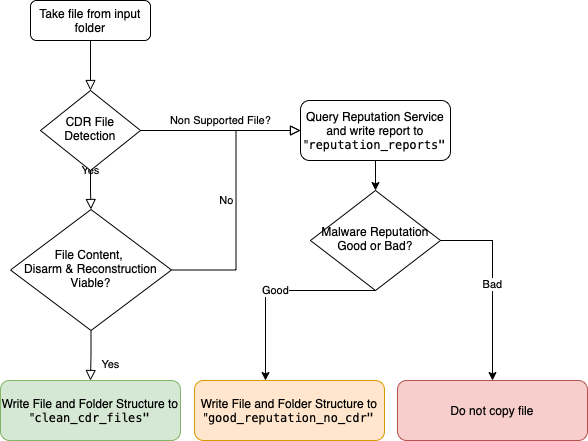
Earlier version of the draw.io export images/Flowchart.drawio.png (gw-engineering/community-gw-cdr-and-reputation-check). Source tidied: cells renumbered, new cells last; positions are measured from the earlier drawing's top-left corner, leaving out a move shared by most shapes.
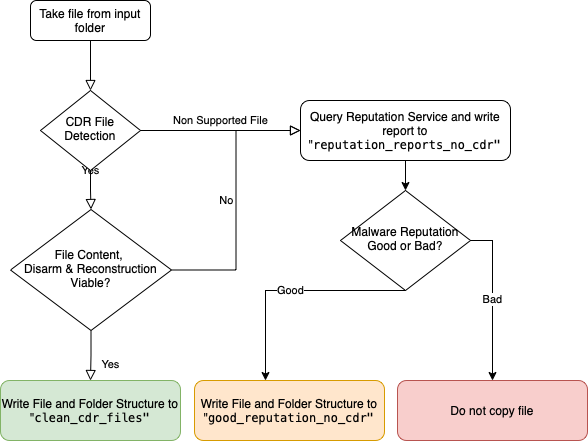
Later version of the same file.

Diff of the diagram source:
```diff
@@ -11,7 +11,7 @@
     <mxCell id="4" value="Yes" style="rounded=0;html=1;jettySize=auto;fontSize=11;endArrow=block;endFill=0;endSize=8;strokeWidth=1;shadow=0;labelBackgroundColor=none;edgeStyle=orthogonalEdgeStyle;" parent="1" edge="1" source="6" target="9">
       <mxGeometry y="20" relative="1" as="geometry" />
     </mxCell>
-    <mxCell id="5" value="Non Supported File?" style="edgeStyle=orthogonalEdgeStyle;rounded=0;html=1;jettySize=auto;fontSize=11;endArrow=block;endFill=0;endSize=8;strokeWidth=1;shadow=0;labelBackgroundColor=none;entryX=0;entryY=0.5;entryDx=0;entryDy=0;" parent="1" edge="1" source="6" target="13">
+    <mxCell id="5" value="Non Supported File" style="edgeStyle=orthogonalEdgeStyle;rounded=0;html=1;jettySize=auto;fontSize=11;endArrow=block;endFill=0;endSize=8;strokeWidth=1;shadow=0;labelBackgroundColor=none;entryX=0;entryY=0.5;entryDx=0;entryDy=0;" parent="1" edge="1" source="6" target="13">
       <mxGeometry y="10" relative="1" as="geometry" />
     </mxCell>
     <mxCell id="6" value="CDR File Detection" style="rhombus;whiteSpace=wrap;html=1;shadow=0;fontFamily=Helvetica;fontSize=12;align=center;strokeWidth=1;spacing=6;spacingTop=-4;" parent="1" vertex="1">
@@ -35,8 +35,8 @@
     <mxCell id="12" style="edgeStyle=orthogonalEdgeStyle;rounded=0;jettySize=auto;html=1;exitX=0.5;exitY=1;exitDx=0;exitDy=0;fontColor=#000000;" parent="1" edge="1" source="13" target="16">
       <mxGeometry relative="1" as="geometry" />
     </mxCell>
-    <mxCell id="13" value="Query Reputation Service and write report to &quot;&lt;span style=&quot;font-family: Menlo, Monaco, &amp;quot;Courier New&amp;quot;, monospace; text-align: start;&quot;&gt;reputation_reports&quot;&lt;br&gt;&lt;/span&gt;" style="rounded=1;whiteSpace=wrap;html=1;fontSize=12;glass=0;strokeWidth=1;shadow=0;fontColor=#000000;labelBackgroundColor=default;strokeColor=#000000;" parent="1" vertex="1">
-      <mxGeometry x="300" y="100" width="150" height="60" as="geometry" />
+    <mxCell id="13" value="Query Reputation Service and write report to &quot;&lt;span style=&quot;font-family: Menlo, Monaco, &amp;quot;Courier New&amp;quot;, monospace; text-align: start;&quot;&gt;reputation_reports_no_cdr&lt;/span&gt;&lt;span style=&quot;font-family: Menlo, Monaco, &amp;quot;Courier New&amp;quot;, monospace; text-align: start;&quot;&gt;&quot;&lt;/span&gt;" style="rounded=1;whiteSpace=wrap;html=1;fontSize=12;glass=0;strokeWidth=1;shadow=0;fontColor=#000000;labelBackgroundColor=default;strokeColor=#000000;" parent="1" vertex="1">
+      <mxGeometry x="300" y="100" width="210" height="60" as="geometry" />
     </mxCell>
     <mxCell id="14" value="Good" style="edgeStyle=orthogonalEdgeStyle;rounded=0;jettySize=auto;html=1;exitX=0.5;exitY=1;exitDx=0;exitDy=0;fontColor=#000000;" parent="1" edge="1" source="16" target="11">
       <mxGeometry relative="1" as="geometry">
@@ -49,7 +49,7 @@
       <mxGeometry relative="1" as="geometry" />
     </mxCell>
     <mxCell id="16" value="Malware Reputation Good or Bad?" style="rhombus;whiteSpace=wrap;html=1;shadow=0;fontFamily=Helvetica;fontSize=12;align=center;strokeWidth=1;spacing=6;spacingTop=-4;" parent="1" vertex="1">
-      <mxGeometry x="310" y="190" width="130" height="100" as="geometry" />
+      <mxGeometry x="340" y="190" width="130" height="100" as="geometry" />
     </mxCell>
     <mxCell id="17" value="Do not copy file" style="rounded=1;whiteSpace=wrap;html=1;fontSize=12;glass=0;strokeWidth=1;shadow=0;labelBackgroundColor=none;fillColor=#f8cecc;strokeColor=#b85450;" parent="1" vertex="1">
       <mxGeometry x="397" y="380" width="190" height="60" as="geometry" />
```
